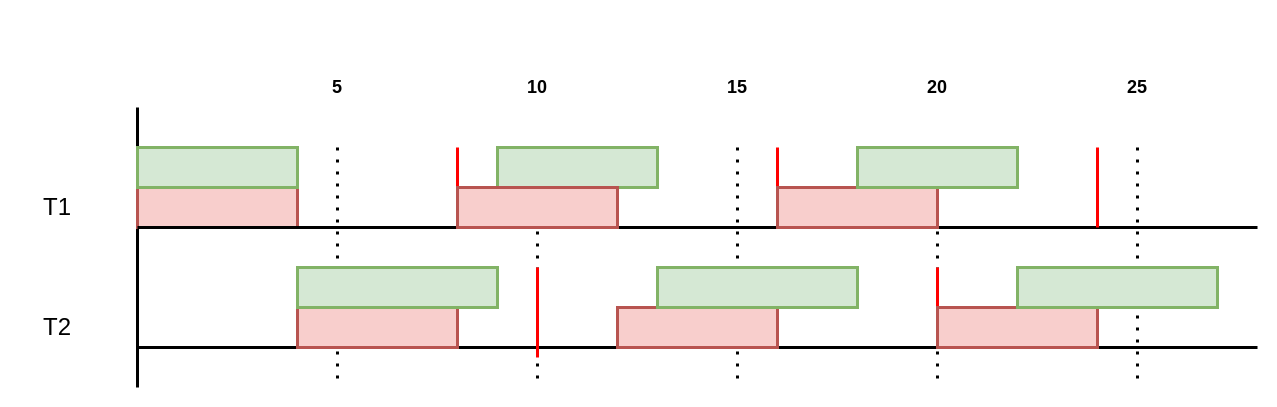
This is page "td2_ex3_edf" (5 of 10) of TPs_scheduling/diagrammes.drawio from FlorianLatapie/PNS-SI4-S8_Capteurs_actionneurs_-_IA, a draw.io file, before an edit. Source tidied: cells renumbered, new cells numbered last; positions are measured from the earlier drawing's top-left corner, leaving out a move shared by most shapes. Both pictures are drawn from the tidied source at 100%, with x=0, y=0 at pixel (17, 67).
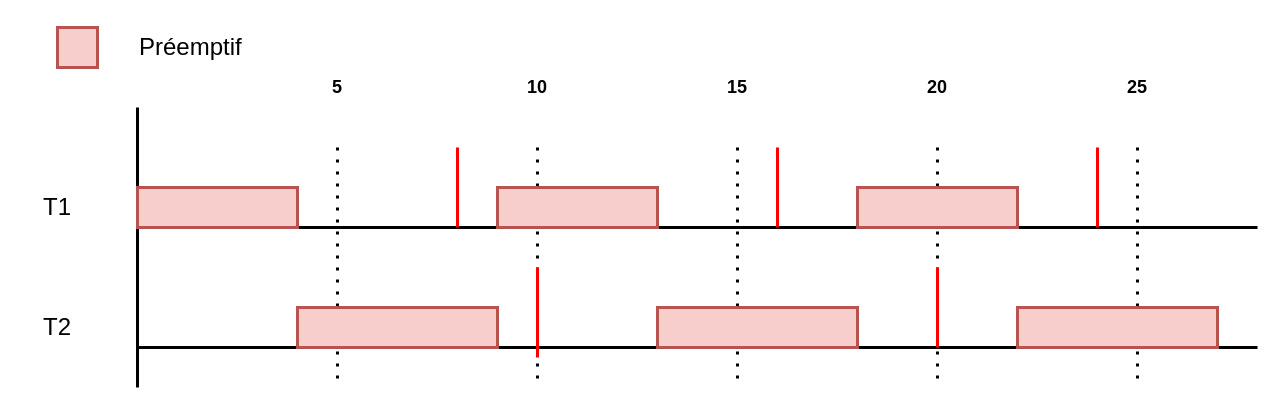
The same page after the edit.

Diff of the diagram source:
```diff
@@
-    <mxCell id="15" style="rounded=0;whiteSpace=wrap;html=1;strokeWidth=3;fillColor=#f8cecc;strokeColor=#b85450;" parent="1" vertex="1">
-      <mxGeometry x="120" y="120" width="160" height="40" as="geometry" />
-    </mxCell>
@@
-    <mxCell id="18" style="endArrow=none;html=1;rounded=0;strokeWidth=3;fillColor=#f8cecc;strokeColor=#FF0000;" parent="1" edge="1">
-      <mxGeometry relative="1" as="geometry">
-        <mxPoint x="519.4" y="160" as="sourcePoint" />
-        <mxPoint x="519.4" y="80" as="targetPoint" />
-      </mxGeometry>
-    </mxCell>
@@
-    <mxCell id="22" style="rounded=0;whiteSpace=wrap;html=1;strokeWidth=3;fillColor=#f8cecc;strokeColor=#b85450;" parent="1" vertex="1">
-      <mxGeometry x="280" y="240" width="160" height="40" as="geometry" />
-    </mxCell>
-    <mxCell id="23" style="rounded=0;whiteSpace=wrap;html=1;strokeWidth=3;fillColor=#d5e8d4;strokeColor=#82b366;" parent="1" vertex="1">
-      <mxGeometry x="280" y="200" width="200" height="40" as="geometry" />
+    <mxCell id="23" style="rounded=0;whiteSpace=wrap;html=1;strokeWidth=3;fillColor=#f8cecc;strokeColor=#b85450;" parent="1" vertex="1">
+      <mxGeometry x="280" y="240" width="200" height="40" as="geometry" />
     </mxCell>
-    <mxCell id="24" style="rounded=0;whiteSpace=wrap;html=1;strokeWidth=3;fillColor=#d5e8d4;strokeColor=#82b366;" parent="1" vertex="1">
-      <mxGeometry x="120" y="80" width="160" height="40" as="geometry" />
+    <mxCell id="24" style="rounded=0;whiteSpace=wrap;html=1;strokeWidth=3;fillColor=#f8cecc;strokeColor=#b85450;" parent="1" vertex="1">
+      <mxGeometry x="120" y="120" width="160" height="40" as="geometry" />
     </mxCell>
@@
-    <mxCell id="27" style="rounded=0;whiteSpace=wrap;html=1;strokeWidth=3;fillColor=#d5e8d4;strokeColor=#82b366;" parent="1" vertex="1">
-      <mxGeometry x="480" y="80" width="160" height="40" as="geometry" />
+    <mxCell id="27" style="rounded=0;whiteSpace=wrap;html=1;strokeWidth=3;fillColor=#f8cecc;strokeColor=#b85450;" parent="1" vertex="1">
+      <mxGeometry x="480" y="120" width="160" height="40" as="geometry" />
     </mxCell>
-    <mxCell id="28" style="rounded=0;whiteSpace=wrap;html=1;strokeWidth=3;fillColor=#f8cecc;strokeColor=#b85450;" parent="1" vertex="1">
-      <mxGeometry x="440" y="120" width="160" height="40" as="geometry" />
-    </mxCell>
-    <mxCell id="29" style="rounded=0;whiteSpace=wrap;html=1;strokeWidth=3;fillColor=#f8cecc;strokeColor=#b85450;" parent="1" vertex="1">
-      <mxGeometry x="760" y="120" width="160" height="40" as="geometry" />
-    </mxCell>
-    <mxCell id="30" style="rounded=0;whiteSpace=wrap;html=1;strokeWidth=3;fillColor=#d5e8d4;strokeColor=#82b366;" parent="1" vertex="1">
-      <mxGeometry x="840" y="80" width="160" height="40" as="geometry" />
+    <mxCell id="30" style="rounded=0;whiteSpace=wrap;html=1;strokeWidth=3;fillColor=#f8cecc;strokeColor=#b85450;" parent="1" vertex="1">
+      <mxGeometry x="840" y="120" width="160" height="40" as="geometry" />
     </mxCell>
-    <mxCell id="31" style="rounded=0;whiteSpace=wrap;html=1;strokeWidth=3;fillColor=#f8cecc;strokeColor=#b85450;" parent="1" vertex="1">
-      <mxGeometry x="600" y="240" width="160" height="40" as="geometry" />
-    </mxCell>
-    <mxCell id="32" style="rounded=0;whiteSpace=wrap;html=1;strokeWidth=3;fillColor=#d5e8d4;strokeColor=#82b366;" parent="1" vertex="1">
-      <mxGeometry x="640" y="200" width="200" height="40" as="geometry" />
+    <mxCell id="32" style="rounded=0;whiteSpace=wrap;html=1;strokeWidth=3;fillColor=#f8cecc;strokeColor=#b85450;" parent="1" vertex="1">
+      <mxGeometry x="640" y="240" width="200" height="40" as="geometry" />
     </mxCell>
-    <mxCell id="33" style="rounded=0;whiteSpace=wrap;html=1;strokeWidth=3;fillColor=#f8cecc;strokeColor=#b85450;" parent="1" vertex="1">
-      <mxGeometry x="920" y="240" width="160" height="40" as="geometry" />
-    </mxCell>
-    <mxCell id="34" style="rounded=0;whiteSpace=wrap;html=1;strokeWidth=3;fillColor=#d5e8d4;strokeColor=#82b366;" parent="1" vertex="1">
-      <mxGeometry x="1000" y="200" width="200" height="40" as="geometry" />
+    <mxCell id="34" style="rounded=0;whiteSpace=wrap;html=1;strokeWidth=3;fillColor=#f8cecc;strokeColor=#b85450;" parent="1" vertex="1">
+      <mxGeometry x="1000" y="240" width="200" height="40" as="geometry" />
     </mxCell>
+    <mxCell id="35" style="rounded=0;whiteSpace=wrap;html=1;strokeWidth=3;fillColor=#f8cecc;strokeColor=#b85450;" parent="1" vertex="1">
+      <mxGeometry x="40" y="-40" width="40" height="40" as="geometry" />
+    </mxCell>
+    <mxCell id="36" value="&lt;h1&gt;&lt;span style=&quot;font-weight: normal;&quot;&gt;Préemptif&lt;/span&gt;&lt;/h1&gt;" style="text;html=1;strokeColor=none;fillColor=none;align=left;verticalAlign=middle;whiteSpace=wrap;rounded=0;" parent="1" vertex="1">
+      <mxGeometry x="120" y="-40" width="160" height="40" as="geometry" />
+    </mxCell>
```
